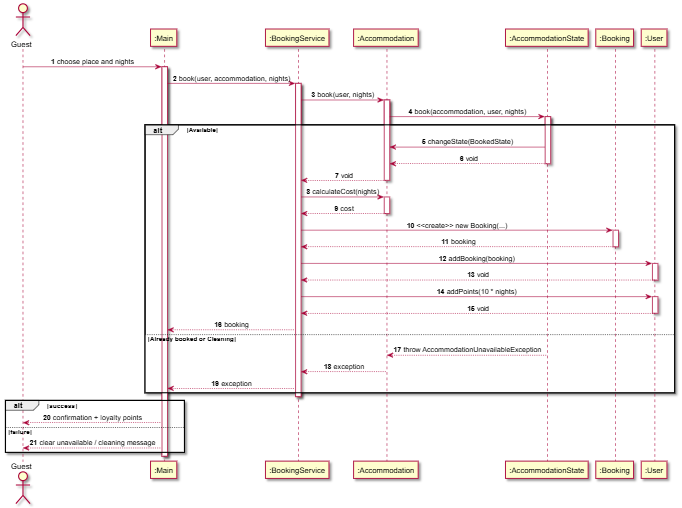
Above: diagrams/sequence-book.png in GLIDARTs/software_modeling (PlantUML), before the change. Its source is kept beside it as diagrams/sequence-book.puml. The source it was exported from:
```plantuml
@startuml SpareBnB_Sequence_Book
skinparam sequenceMessageAlign center
autonumber

actor Guest
participant ":Main" as Main
participant ":BookingService" as Service
participant ":Accommodation" as Acc
participant ":AccommodationState" as State
participant ":Booking" as Booking
participant ":User" as User

Guest -> Main : choose place and nights
activate Main
Main -> Service : book(user, accommodation, nights)
activate Service

Service -> Acc : book(user, nights)
activate Acc
Acc -> State : book(accommodation, user, nights)
activate State

alt Available
  State -> Acc : changeState(BookedState)
  State --> Acc : void
  deactivate State
  Acc --> Service : void
  deactivate Acc

  Service -> Acc : calculateCost(nights)
  activate Acc
  Acc --> Service : cost
  deactivate Acc

  Service -> Booking : <<create>> new Booking(...)
  activate Booking
  Booking --> Service : booking
  deactivate Booking

  Service -> User : addBooking(booking)
  activate User
  User --> Service : void
  deactivate User

  Service -> User : addPoints(10 * nights)
  activate User
  User --> Service : void
  deactivate User

  Service --> Main : booking
else Already booked or Cleaning
  State --> Acc : throw AccommodationUnavailableException
  deactivate State
  Acc --> Service : exception
  deactivate Acc
  Service --> Main : exception
end

deactivate Service

alt success
  Main --> Guest : confirmation + loyalty points
else failure
  Main --> Guest : clear unavailable / cleaning message
end
deactivate Main
@enduml
```
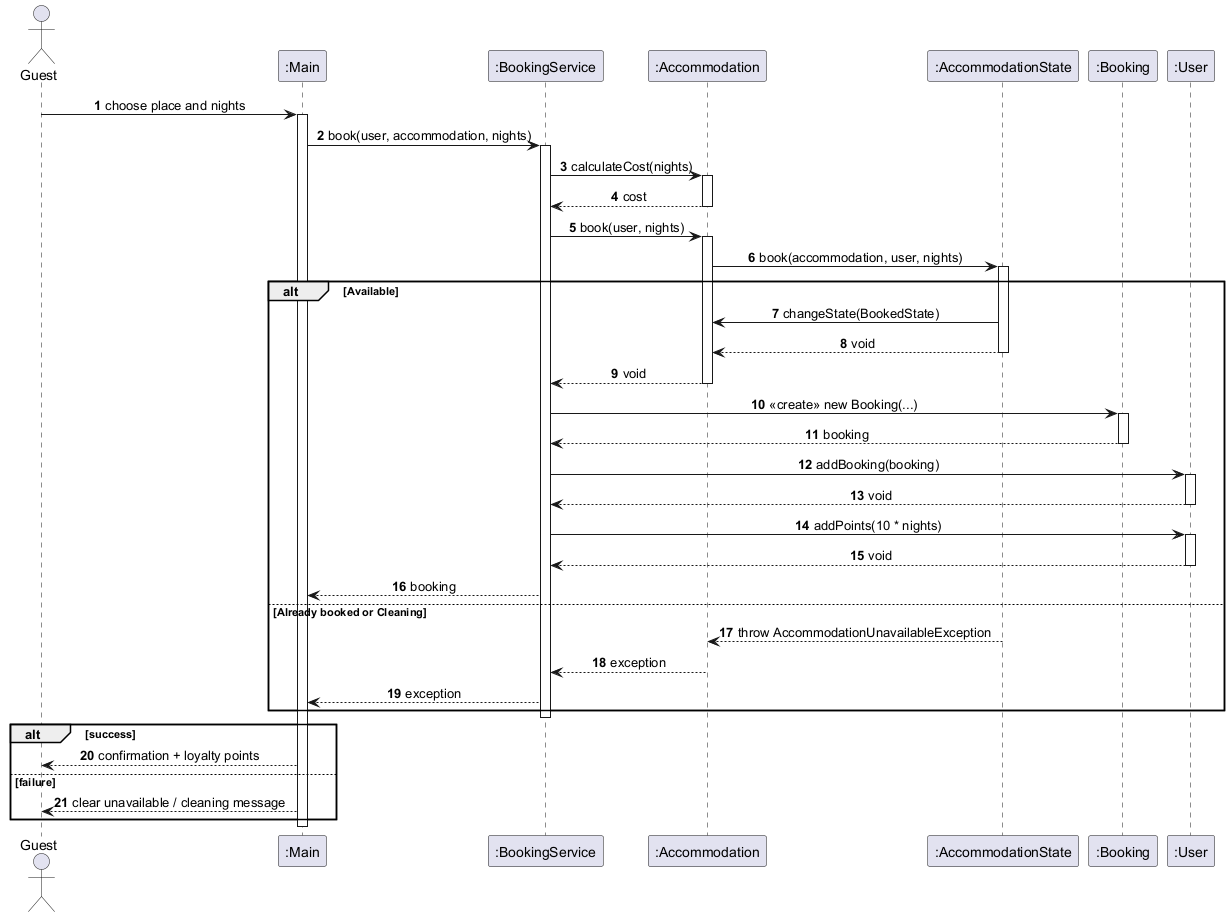
Above is the later version.

Change to the diagram source:
```diff
@@ -15,6 +15,11 @@
 Main -> Service : book(user, accommodation, nights)
 activate Service
 
+Service -> Acc : calculateCost(nights)
+activate Acc
+Acc --> Service : cost
+deactivate Acc
+
 Service -> Acc : book(user, nights)
 activate Acc
 Acc -> State : book(accommodation, user, nights)
@@ -25,11 +30,6 @@
   State --> Acc : void
   deactivate State
   Acc --> Service : void
-  deactivate Acc
-
-  Service -> Acc : calculateCost(nights)
-  activate Acc
-  Acc --> Service : cost
   deactivate Acc
 
   Service -> Booking : <<create>> new Booking(...)
```
